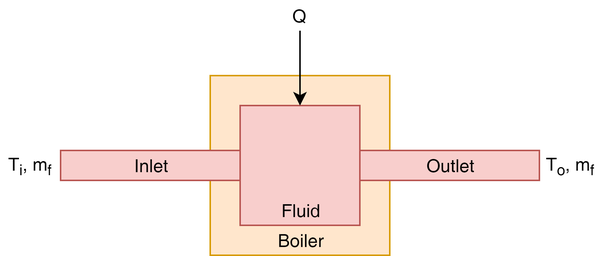
Above: docs/boiler/schematic.png in armancodv/building-energy-model-matlab (draw.io), before the change. Source tidied: cells renumbered, new cells last; positions are measured from the earlier drawing's top-left corner, leaving out a move shared by most shapes. Source of this version:
```xml
<mxGraphModel>
  <root>
    <mxCell id="0" />
    <mxCell id="1" parent="0" />
    <mxCell id="2" value="Boiler" style="rounded=0;whiteSpace=wrap;html=1;fillColor=#ffe6cc;strokeColor=#d79b00;verticalAlign=bottom;" parent="1" vertex="1">
      <mxGeometry x="140" y="50" width="120" height="120" as="geometry" />
    </mxCell>
    <mxCell id="3" value="Fluid" style="rounded=0;whiteSpace=wrap;html=1;fillColor=#f8cecc;strokeColor=#b85450;verticalAlign=bottom;" parent="1" vertex="1">
      <mxGeometry x="160" y="70" width="80" height="80" as="geometry" />
    </mxCell>
    <mxCell id="4" value="Inlet" style="rounded=0;whiteSpace=wrap;html=1;fillColor=#f8cecc;strokeColor=#b85450;verticalAlign=middle;" parent="1" vertex="1">
      <mxGeometry x="40" y="100" width="120" height="20" as="geometry" />
    </mxCell>
    <mxCell id="5" value="Outlet" style="rounded=0;whiteSpace=wrap;html=1;fillColor=#f8cecc;strokeColor=#b85450;verticalAlign=middle;" parent="1" vertex="1">
      <mxGeometry x="240" y="100" width="120" height="20" as="geometry" />
    </mxCell>
    <mxCell id="6" style="edgeStyle=orthogonalEdgeStyle;rounded=0;jettySize=auto;html=1;exitX=0.5;exitY=1;exitDx=0;exitDy=0;entryX=0.5;entryY=0;entryDx=0;entryDy=0;" parent="1" edge="1" source="7" target="3">
      <mxGeometry relative="1" as="geometry" />
    </mxCell>
    <mxCell id="7" value="Q" style="text;html=1;strokeColor=none;fillColor=none;align=center;verticalAlign=middle;whiteSpace=wrap;rounded=0;" parent="1" vertex="1">
      <mxGeometry x="180" width="40" height="20" as="geometry" />
    </mxCell>
    <mxCell id="8" value="T&lt;sub&gt;o&lt;/sub&gt;, m&lt;sub&gt;f&lt;/sub&gt;" style="text;html=1;strokeColor=none;fillColor=none;align=center;verticalAlign=middle;whiteSpace=wrap;rounded=0;" parent="1" vertex="1">
      <mxGeometry x="360" y="100" width="40" height="20" as="geometry" />
    </mxCell>
    <mxCell id="9" value="T&lt;sub&gt;i&lt;/sub&gt;, m&lt;sub&gt;f&lt;/sub&gt;" style="text;html=1;strokeColor=none;fillColor=none;align=center;verticalAlign=middle;whiteSpace=wrap;rounded=0;" parent="1" vertex="1">
      <mxGeometry y="100" width="40" height="20" as="geometry" />
    </mxCell>
  </root>
</mxGraphModel>
```
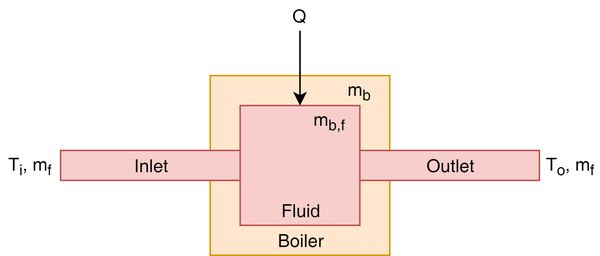
After the change.

Commit message:
Pipe Schematic

Diff of the diagram source:
```diff
@@ -26,5 +26,11 @@
     <mxCell id="9" value="T&lt;sub&gt;i&lt;/sub&gt;, m&lt;sub&gt;f&lt;/sub&gt;" style="text;html=1;strokeColor=none;fillColor=none;align=center;verticalAlign=middle;whiteSpace=wrap;rounded=0;" parent="1" vertex="1">
       <mxGeometry y="100" width="40" height="20" as="geometry" />
     </mxCell>
+    <mxCell id="10" value="m&lt;sub&gt;b&lt;/sub&gt;" style="text;html=1;strokeColor=none;fillColor=none;align=center;verticalAlign=middle;whiteSpace=wrap;rounded=0;" parent="1" vertex="1">
+      <mxGeometry x="220" y="50" width="40" height="20" as="geometry" />
+    </mxCell>
+    <mxCell id="11" value="m&lt;sub&gt;b,f&lt;/sub&gt;" style="text;html=1;strokeColor=none;fillColor=none;align=center;verticalAlign=middle;whiteSpace=wrap;rounded=0;" parent="1" vertex="1">
+      <mxGeometry x="200" y="70" width="40" height="20" as="geometry" />
+    </mxCell>
   </root>
 </mxGraphModel>
```
